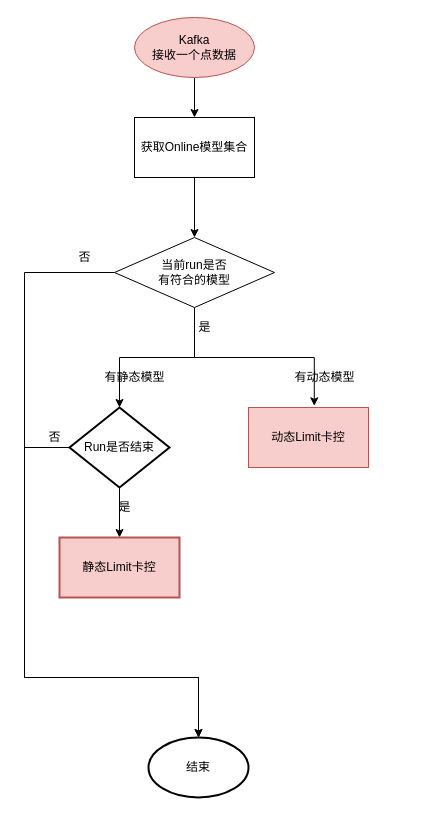
This is page "1.1" (2 of 2) of 动态Limit.drawio from siyawu/draw, a draw.io file, before an edit. Source tidied: cells renumbered, new cells numbered last; positions are measured from the earlier drawing's top-left corner, leaving out a move shared by most shapes. Both pictures are drawn from the tidied source at 100%, with x=0, y=0 at pixel (24, 17).
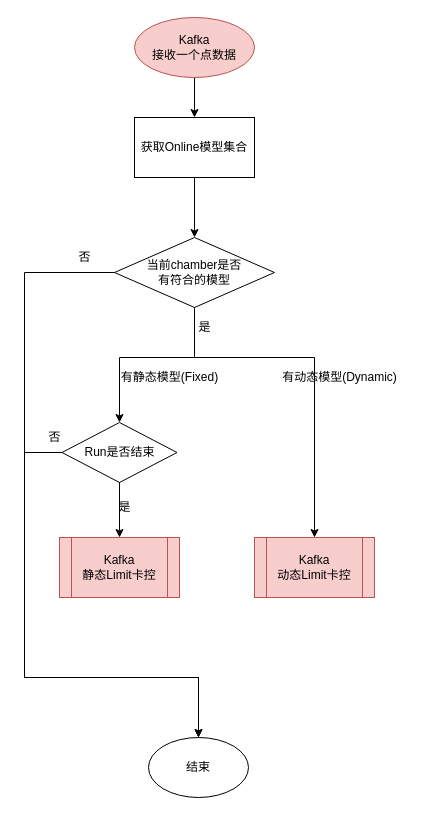
Above is the later version.

The edit, as a diff of the source:
```diff
@@
     <mxCell id="7" style="edgeStyle=orthogonalEdgeStyle;rounded=0;jettySize=auto;html=1;entryX=0.5;entryY=0;entryDx=0;entryDy=0;entryPerimeter=0;" parent="1" edge="1" source="9" target="18">
-      <mxGeometry relative="1" as="geometry" />
+      <mxGeometry relative="1" as="geometry">
+        <Array as="points">
+          <mxPoint x="170" y="340" />
+          <mxPoint x="95" y="340" />
+        </Array>
+      </mxGeometry>
     </mxCell>
-    <mxCell id="8" style="edgeStyle=orthogonalEdgeStyle;rounded=0;jettySize=auto;html=1;exitX=0.5;exitY=1;exitDx=0;exitDy=0;entryX=0.548;entryY=-0.028;entryDx=0;entryDy=0;entryPerimeter=0;" parent="1" edge="1" source="9" target="13">
+    <mxCell id="8" style="edgeStyle=orthogonalEdgeStyle;rounded=0;jettySize=auto;html=1;exitX=0.5;exitY=1;exitDx=0;exitDy=0;entryX=0.5;entryY=0;entryDx=0;entryDy=0;" parent="1" edge="1" source="9" target="23">
       <mxGeometry relative="1" as="geometry">
         <Array as="points">
           <mxPoint x="170" y="340" />
           <mxPoint x="290" y="340" />
         </Array>
       </mxGeometry>
     </mxCell>
-    <mxCell id="9" value="当前run是否&lt;br&gt;有符合的模型" style="rhombus;whiteSpace=wrap;html=1;strokeWidth=1;" parent="1" vertex="1">
+    <mxCell id="9" value="当前chamber是否&lt;br&gt;有符合的模型" style="rhombus;whiteSpace=wrap;html=1;strokeWidth=1;" parent="1" vertex="1">
       <mxGeometry x="90" y="220" width="160" height="70" as="geometry" />
     </mxCell>
-    <mxCell id="10" value="结束" style="strokeWidth=2;html=1;shape=mxgraph.flowchart.start_1;whiteSpace=wrap;" parent="1" vertex="1">
+    <mxCell id="10" value="结束" style="strokeWidth=1;html=1;shape=mxgraph.flowchart.start_1;whiteSpace=wrap;" parent="1" vertex="1">
       <mxGeometry x="124" y="720" width="100" height="60" as="geometry" />
     </mxCell>
@@
-    <mxCell id="13" value="动态Limit卡控" style="rounded=0;whiteSpace=wrap;html=1;strokeWidth=1;fillColor=#f8cecc;strokeColor=#b85450;" parent="1" vertex="1">
-      <mxGeometry x="224" y="390" width="120" height="60" as="geometry" />
-    </mxCell>
-    <mxCell id="14" value="有静态模型" style="text;html=1;align=center;verticalAlign=middle;strokeColor=none;fillColor=none;" parent="1" vertex="1">
-      <mxGeometry x="70" y="350" width="80" height="20" as="geometry" />
+    <mxCell id="14" value="有静态模型(Fixed)" style="text;html=1;align=center;verticalAlign=middle;strokeColor=none;fillColor=none;" parent="1" vertex="1">
+      <mxGeometry x="90" y="350" width="110" height="20" as="geometry" />
     </mxCell>
-    <mxCell id="15" value="有动态模型" style="text;html=1;align=center;verticalAlign=middle;strokeColor=none;fillColor=none;" parent="1" vertex="1">
-      <mxGeometry x="260" y="350" width="80" height="20" as="geometry" />
+    <mxCell id="15" value="有动态模型(Dynamic)" style="text;html=1;align=center;verticalAlign=middle;" parent="1" vertex="1">
+      <mxGeometry x="250" y="350" width="130" height="20" as="geometry" />
     </mxCell>
-    <mxCell id="16" style="edgeStyle=orthogonalEdgeStyle;rounded=0;jettySize=auto;html=1;entryX=0.5;entryY=0;entryDx=0;entryDy=0;entryPerimeter=0;" parent="1" edge="1" source="18" target="10">
+    <mxCell id="16" style="edgeStyle=orthogonalEdgeStyle;rounded=0;jettySize=auto;html=1;entryX=0.5;entryY=0;entryDx=0;entryDy=0;entryPerimeter=0;exitX=0;exitY=0.5;exitDx=0;exitDy=0;exitPerimeter=0;" parent="1" edge="1" source="18" target="10">
       <mxGeometry relative="1" as="geometry">
         <Array as="points">
-          <mxPoint y="430" />
+          <mxPoint y="435" />
           <mxPoint y="660" />
           <mxPoint x="174" y="660" />
         </Array>
       </mxGeometry>
     </mxCell>
-    <mxCell id="17" style="edgeStyle=orthogonalEdgeStyle;rounded=0;jettySize=auto;html=1;" parent="1" edge="1" source="18" target="20">
+    <mxCell id="17" style="edgeStyle=orthogonalEdgeStyle;rounded=0;jettySize=auto;html=1;entryX=0.5;entryY=0;entryDx=0;entryDy=0;" parent="1" edge="1" source="18" target="22">
       <mxGeometry relative="1" as="geometry" />
     </mxCell>
-    <mxCell id="18" value="Run是否结束" style="strokeWidth=2;html=1;shape=mxgraph.flowchart.decision;whiteSpace=wrap;" parent="1" vertex="1">
-      <mxGeometry x="45" y="390" width="100" height="80" as="geometry" />
+    <mxCell id="18" value="Run是否结束" style="strokeWidth=1;html=1;shape=mxgraph.flowchart.decision;whiteSpace=wrap;" parent="1" vertex="1">
+      <mxGeometry x="37.5" y="405" width="115" height="60" as="geometry" />
     </mxCell>
@@
-    <mxCell id="20" value="静态Limit卡控" style="whiteSpace=wrap;html=1;strokeWidth=2;fillColor=#f8cecc;strokeColor=#b85450;" parent="1" vertex="1">
-      <mxGeometry x="35" y="520" width="120" height="60" as="geometry" />
-    </mxCell>
@@
+    <mxCell id="22" value="&lt;span&gt;Kafka&lt;br&gt;静态Limit卡控&lt;/span&gt;" style="shape=process;whiteSpace=wrap;html=1;backgroundOutline=1;fillColor=#f8cecc;strokeColor=#b85450;" parent="1" vertex="1">
+      <mxGeometry x="35" y="520" width="120" height="60" as="geometry" />
+    </mxCell>
+    <mxCell id="23" value="Kafka&lt;br&gt;动态Limit卡控" style="shape=process;whiteSpace=wrap;html=1;backgroundOutline=1;fillColor=#f8cecc;strokeColor=#b85450;" parent="1" vertex="1">
+      <mxGeometry x="230" y="520" width="120" height="60" as="geometry" />
+    </mxCell>
```
